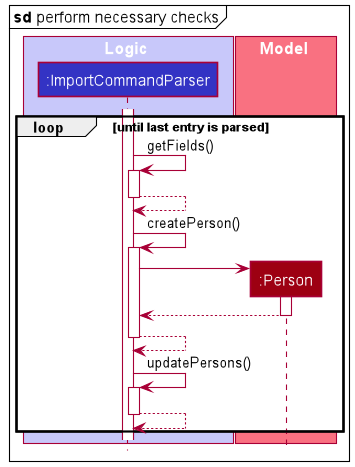
The PlantUML diagram docs/images/ImportCheckSequenceDiagram.png in rcjj98/tp, before a commit.
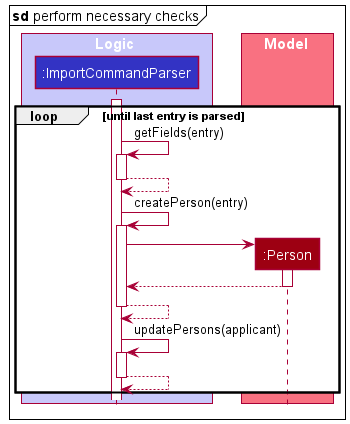
The same file after the commit.

The edit, as a diff of the source:
```diff
@@ -15,12 +15,12 @@
 
 
 loop until last entry is parsed
-ImportCommandParser -> ImportCommandParser : getFields()
+ImportCommandParser -> ImportCommandParser : getFields(entry)
 activate ImportCommandParser
 ImportCommandParser --> ImportCommandParser
 deactivate ImportCommandParser
 
-ImportCommandParser -> ImportCommandParser : createPerson()
+ImportCommandParser -> ImportCommandParser : createPerson(entry)
 activate ImportCommandParser
 
 create Person
@@ -37,7 +37,7 @@
 ImportCommandParser --> ImportCommandParser
 deactivate ImportCommandParser
 
-ImportCommandParser -> ImportCommandParser : updatePersons()
+ImportCommandParser -> ImportCommandParser : updatePersons(applicant)
 activate ImportCommandParser
 ImportCommandParser --> ImportCommandParser
 deactivate ImportCommandParser
```
